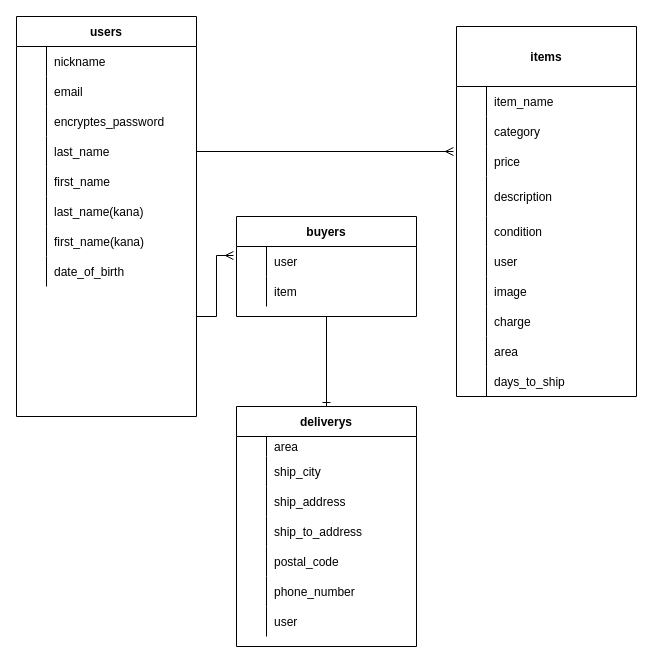
Above: app/assets/images/test.dio in motuko61/furima-35954 (draw.io), before the change. Source tidied: cells renumbered, new cells numbered last; positions are measured from the earlier drawing's top-left corner, leaving out a move shared by most shapes. Both pictures are drawn from the tidied source at 100%, with x=0, y=0 at pixel (16, 16).
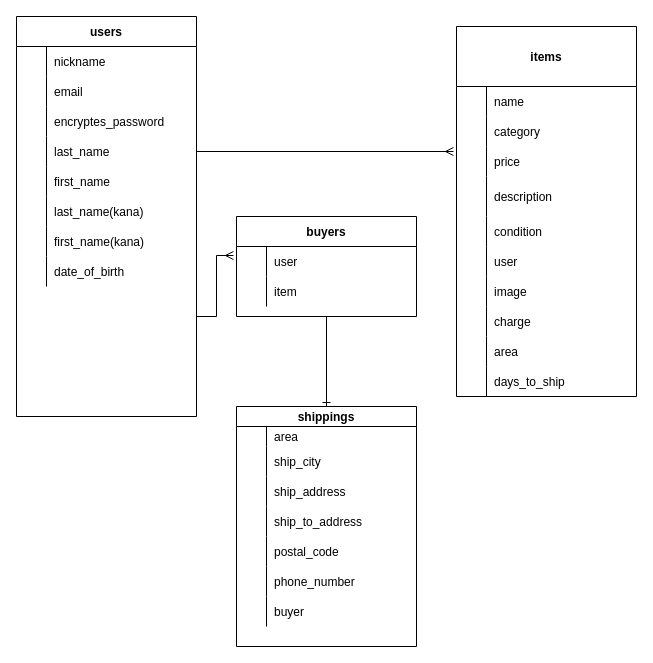
Above is the later version.

Unchanged cells that the change refers to:
```xml
<mxCell id="26" style="shape=partialRectangle;fillColor=none;top=0;left=0;bottom=0;right=0;" parent="25" vertex="1">
  <mxGeometry y="60" width="180" height="30" as="geometry" />
</mxCell>
```

Change to the diagram source:
```diff
@@
-    <mxCell id="2" value="deliverys" style="shape=table;startSize=30;childLayout=tableLayout;rowLines=0;fontStyle=1;align=center;" parent="1" vertex="1">
+    <mxCell id="2" value="shippings" style="shape=table;startSize=20;childLayout=tableLayout;rowLines=0;fontStyle=1;align=center;" parent="1" vertex="1">
       <mxGeometry x="220" y="390" width="180" height="240" as="geometry" />
     </mxCell>
     <mxCell id="3" style="shape=partialRectangle;fillColor=none;top=0;left=0;bottom=0;right=0;" parent="2" vertex="1">
-      <mxGeometry y="30" width="180" height="20" as="geometry" />
+      <mxGeometry y="20" width="180" height="20" as="geometry" />
     </mxCell>
@@
     <mxCell id="6" style="shape=partialRectangle;fillColor=none;top=0;left=0;bottom=0;right=0;" parent="2" vertex="1">
-      <mxGeometry y="50" width="180" height="30" as="geometry" />
+      <mxGeometry y="40" width="180" height="30" as="geometry" />
     </mxCell>
@@
     <mxCell id="9" style="shape=partialRectangle;fillColor=none;top=0;left=0;bottom=0;right=0;" parent="2" vertex="1">
-      <mxGeometry y="80" width="180" height="30" as="geometry" />
+      <mxGeometry y="70" width="180" height="30" as="geometry" />
     </mxCell>
@@
     <mxCell id="12" style="shape=partialRectangle;fillColor=none;top=0;left=0;bottom=0;right=0;" parent="2" vertex="1">
-      <mxGeometry y="110" width="180" height="30" as="geometry" />
+      <mxGeometry y="100" width="180" height="30" as="geometry" />
     </mxCell>
@@
     <mxCell id="15" style="shape=partialRectangle;fillColor=none;top=0;left=0;bottom=0;right=0;" parent="2" vertex="1">
-      <mxGeometry y="140" width="180" height="30" as="geometry" />
+      <mxGeometry y="130" width="180" height="30" as="geometry" />
     </mxCell>
@@
     <mxCell id="18" style="shape=partialRectangle;fillColor=none;top=0;left=0;bottom=0;right=0;" parent="2" vertex="1">
-      <mxGeometry y="170" width="180" height="30" as="geometry" />
+      <mxGeometry y="160" width="180" height="30" as="geometry" />
     </mxCell>
@@
     <mxCell id="21" style="shape=partialRectangle;fillColor=none;top=0;left=0;bottom=0;right=0;" parent="2" vertex="1">
-      <mxGeometry y="200" width="180" height="30" as="geometry" />
+      <mxGeometry y="190" width="180" height="30" as="geometry" />
     </mxCell>
@@
-    <mxCell id="23" value="user" style="shape=partialRectangle;fillColor=none;top=0;left=0;bottom=0;right=0;align=left;spacingLeft=6;overflow=hidden;" parent="21" vertex="1">
+    <mxCell id="23" value="buyer" style="shape=partialRectangle;fillColor=none;top=0;left=0;bottom=0;right=0;align=left;spacingLeft=6;overflow=hidden;" parent="21" vertex="1">
       <mxGeometry x="30" width="150" height="30" as="geometry" />
     </mxCell>
@@
-    <mxCell id="28" value="item_name" style="shape=partialRectangle;fillColor=none;top=0;left=0;bottom=0;right=0;align=left;spacingLeft=6;overflow=hidden;" parent="26" vertex="1">
+    <mxCell id="28" value="name" style="shape=partialRectangle;fillColor=none;top=0;left=0;bottom=0;right=0;align=left;spacingLeft=6;overflow=hidden;" parent="26" vertex="1">
       <mxGeometry x="30" width="150" height="30" as="geometry" />
     </mxCell>
```
